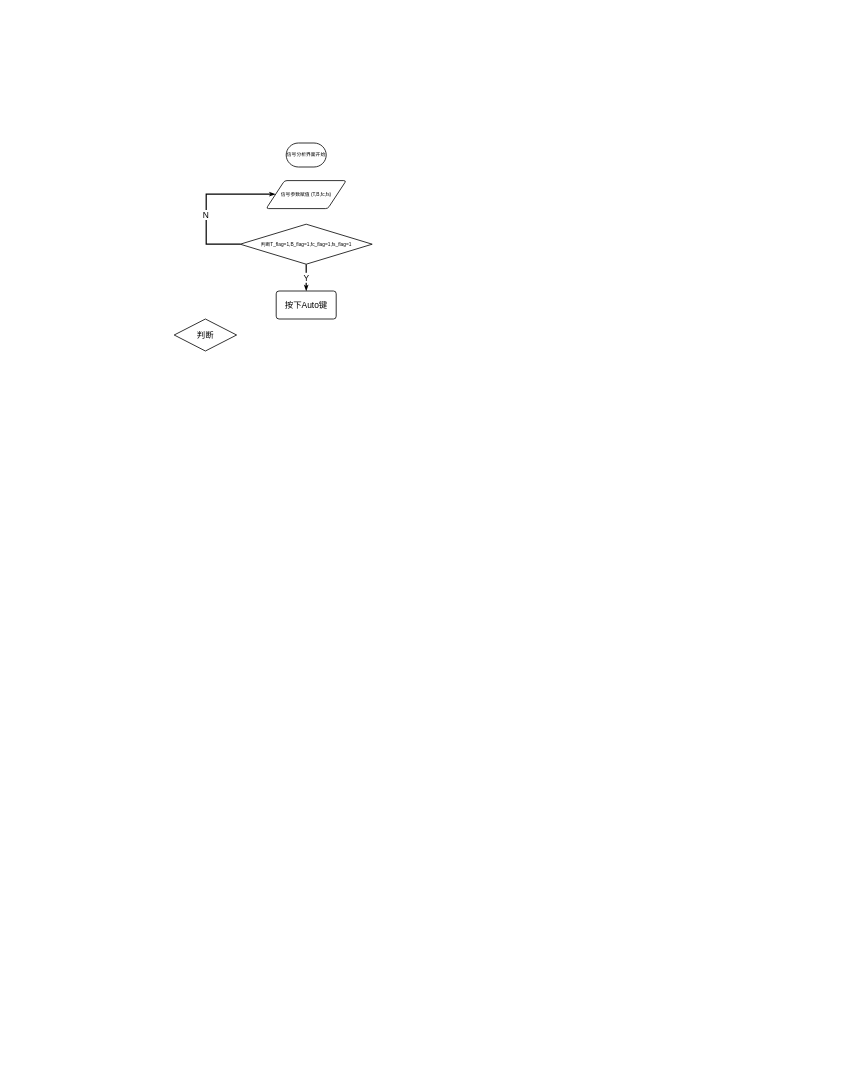
Before: TFA.drawio in Being-Chip/hello-world, a draw.io diagram. Source tidied: cells renumbered, new cells numbered last; positions are measured from the earlier drawing's top-left corner, leaving out a move shared by most shapes. Both pictures are drawn from the tidied source at 40%, with x=0, y=0 at pixel (174, 143).
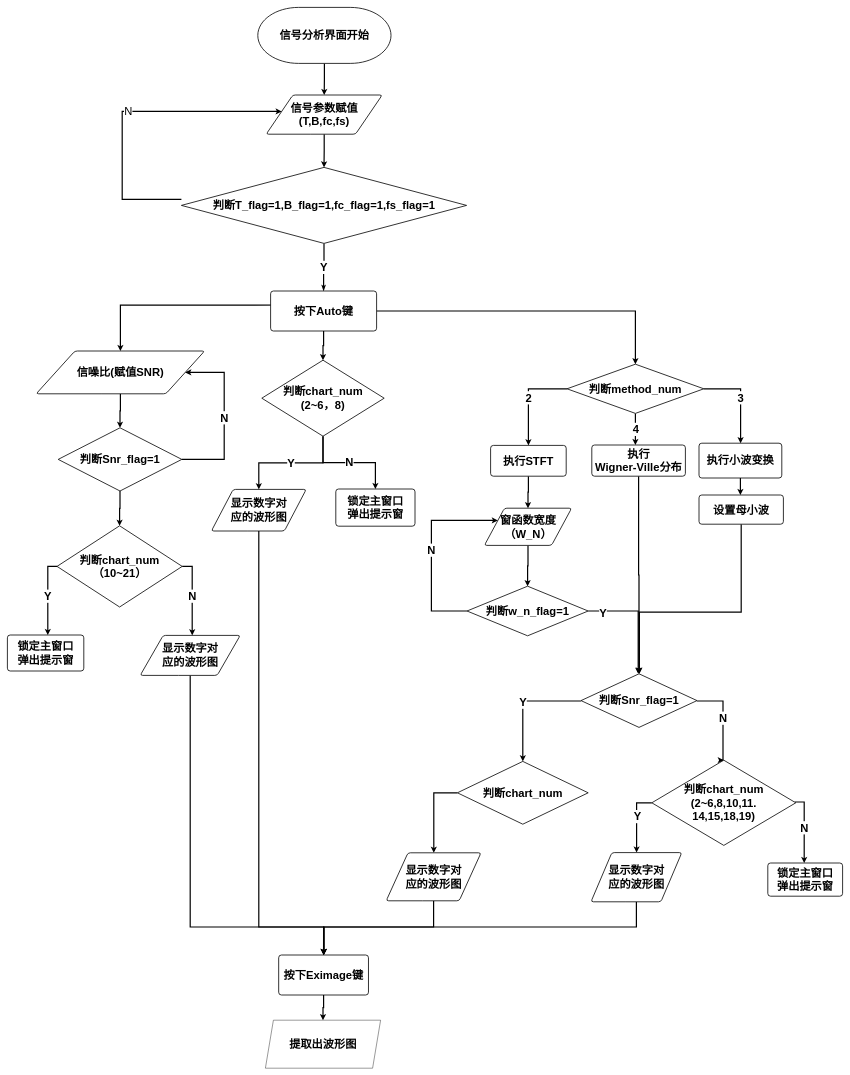
The same diagram, later.

The edit, as a diff of the source:
```diff
@@
+    <mxCell id="10" style="edgeStyle=orthogonalEdgeStyle;rounded=0;jettySize=auto;html=1;entryX=0.5;entryY=0;entryDx=0;entryDy=0;fontSize=28;strokeWidth=3;" parent="1" edge="1" source="2" target="3">
+      <mxGeometry relative="1" as="geometry" />
+    </mxCell>
-    <mxCell id="2" value="信号分析界面开始" style="strokeWidth=2;html=1;shape=mxgraph.flowchart.terminator;whiteSpace=wrap;" parent="1" vertex="1">
-      <mxGeometry x="280" width="100" height="60" as="geometry" />
+    <mxCell id="2" value="信号分析界面开始" style="strokeWidth=2;html=1;shape=mxgraph.flowchart.terminator;whiteSpace=wrap;fontSize=28;fontStyle=1;" parent="1" vertex="1">
+      <mxGeometry x="209" y="-339" width="333" height="140" as="geometry" />
     </mxCell>
+    <mxCell id="11" style="edgeStyle=orthogonalEdgeStyle;rounded=0;jettySize=auto;html=1;entryX=0.5;entryY=0;entryDx=0;entryDy=0;entryPerimeter=0;fontSize=28;strokeWidth=3;" parent="1" edge="1" source="3" target="5">
+      <mxGeometry relative="1" as="geometry" />
+    </mxCell>
-    <mxCell id="3" value="信号参数赋值 (T,B,fc,fs)" style="shape=parallelogram;html=1;strokeWidth=2;perimeter=parallelogramPerimeter;whiteSpace=wrap;rounded=1;arcSize=12;size=0.23;" parent="1" vertex="1">
-      <mxGeometry x="230" y="94" width="200" height="70" as="geometry" />
+    <mxCell id="3" value="信号参数赋值 (T,B,fc,fs)" style="shape=parallelogram;html=1;strokeWidth=2;perimeter=parallelogramPerimeter;whiteSpace=wrap;rounded=1;arcSize=12;size=0.23;fontSize=28;fontStyle=1;" parent="1" vertex="1">
+      <mxGeometry x="230" y="-120" width="290" height="98" as="geometry" />
     </mxCell>
-    <mxCell id="4" value="Y" style="edgeStyle=orthogonalEdgeStyle;rounded=0;jumpSize=6;jettySize=auto;html=1;labelBackgroundColor=default;fontSize=21;endArrow=classicThin;endFill=0;strokeColor=default;strokeWidth=3;" parent="1" edge="1" source="5" target="9">
+    <mxCell id="4" value="Y" style="edgeStyle=orthogonalEdgeStyle;rounded=0;jumpSize=6;jettySize=auto;html=1;labelBackgroundColor=default;fontSize=28;endArrow=classicThin;endFill=0;strokeColor=default;strokeWidth=3;fontStyle=1;" parent="1" edge="1" source="5" target="9">
       <mxGeometry relative="1" as="geometry" />
     </mxCell>
+    <mxCell id="12" value="N" style="edgeStyle=orthogonalEdgeStyle;rounded=0;jettySize=auto;html=1;fontSize=28;strokeWidth=3;" parent="1" edge="1" source="5" target="3">
+      <mxGeometry relative="1" as="geometry">
+        <Array as="points">
+          <mxPoint x="-130" y="141" />
+          <mxPoint x="-130" y="-79" />
+        </Array>
+      </mxGeometry>
+    </mxCell>
-    <mxCell id="5" value="判断T_flag=1,B_flag=1,fc_flag=1,fs_flag=1" style="strokeWidth=2;html=1;shape=mxgraph.flowchart.decision;whiteSpace=wrap;" parent="1" vertex="1">
-      <mxGeometry x="165" y="203" width="330" height="100" as="geometry" />
+    <mxCell id="5" value="判断T_flag=1,B_flag=1,fc_flag=1,fs_flag=1" style="strokeWidth=2;html=1;shape=mxgraph.flowchart.decision;whiteSpace=wrap;fontSize=28;fontStyle=1;" parent="1" vertex="1">
+      <mxGeometry x="18" y="61" width="713" height="190" as="geometry" />
     </mxCell>
-    <mxCell id="6" style="edgeStyle=orthogonalEdgeStyle;rounded=0;orthogonalLoop=1;jettySize=auto;html=1;entryX=0;entryY=0.5;entryDx=0;entryDy=0;strokeWidth=3;endArrow=classicThin;endFill=0;jumpSize=6;strokeColor=default;" parent="1" edge="1">
-      <mxGeometry relative="1" as="geometry">
-        <mxPoint x="165" y="253" as="sourcePoint" />
-        <mxPoint x="253" y="128" as="targetPoint" />
-        <Array as="points">
-          <mxPoint x="80" y="253" />
-          <mxPoint x="80" y="128" />
-        </Array>
-      </mxGeometry>
-    </mxCell>
-    <mxCell id="7" value="N" style="edgeLabel;html=1;align=center;verticalAlign=middle;fontSize=21;" parent="6" vertex="1">
-      <mxGeometry x="-0.17" y="2" relative="1" as="geometry" />
-    </mxCell>
+    <mxCell id="13" value="4" style="edgeStyle=orthogonalEdgeStyle;rounded=0;jettySize=auto;html=1;entryX=0.5;entryY=0;entryDx=0;entryDy=0;fontSize=28;strokeWidth=3;fontStyle=1;" parent="1" edge="1" source="8">
+      <mxGeometry relative="1" as="geometry">
+        <mxPoint x="1153" y="755" as="targetPoint" />
+      </mxGeometry>
+    </mxCell>
+    <mxCell id="14" value="2" style="edgeStyle=orthogonalEdgeStyle;rounded=0;jettySize=auto;html=1;entryX=0.5;entryY=0;entryDx=0;entryDy=0;fontSize=28;strokeWidth=3;fontStyle=1;" parent="1" edge="1" source="8" target="23">
+      <mxGeometry relative="1" as="geometry">
+        <Array as="points">
+          <mxPoint x="886" y="615" />
+        </Array>
+      </mxGeometry>
+    </mxCell>
+    <mxCell id="15" value="3" style="edgeStyle=orthogonalEdgeStyle;rounded=0;jettySize=auto;html=1;fontSize=28;strokeWidth=3;fontStyle=1;" parent="1" edge="1" source="8" target="27">
+      <mxGeometry relative="1" as="geometry">
+        <Array as="points">
+          <mxPoint x="1416" y="615" />
+        </Array>
+      </mxGeometry>
+    </mxCell>
-    <mxCell id="8" value="判断" style="strokeWidth=2;html=1;shape=mxgraph.flowchart.decision;whiteSpace=wrap;fontSize=21;" parent="1" vertex="1">
-      <mxGeometry y="440" width="156" height="80" as="geometry" />
+    <mxCell id="8" value="判断method_num" style="strokeWidth=2;html=1;shape=mxgraph.flowchart.decision;whiteSpace=wrap;fontSize=28;fontStyle=1;" parent="1" vertex="1">
+      <mxGeometry x="982" y="553" width="342" height="123" as="geometry" />
     </mxCell>
+    <mxCell id="16" style="edgeStyle=orthogonalEdgeStyle;rounded=0;jettySize=auto;html=1;entryX=0.5;entryY=0;entryDx=0;entryDy=0;entryPerimeter=0;fontSize=28;fontStyle=1;strokeWidth=3;" parent="1" edge="1" source="9" target="21">
+      <mxGeometry relative="1" as="geometry" />
+    </mxCell>
+    <mxCell id="17" style="edgeStyle=orthogonalEdgeStyle;rounded=0;jettySize=auto;html=1;fontSize=28;fontStyle=1;strokeWidth=3;" parent="1" edge="1" target="30">
+      <mxGeometry relative="1" as="geometry">
+        <mxPoint x="301" y="405" as="sourcePoint" />
+      </mxGeometry>
+    </mxCell>
+    <mxCell id="18" style="edgeStyle=orthogonalEdgeStyle;rounded=0;jettySize=auto;html=1;entryX=0.5;entryY=0;entryDx=0;entryDy=0;entryPerimeter=0;fontSize=28;strokeWidth=3;" parent="1" edge="1" source="9" target="8">
+      <mxGeometry relative="1" as="geometry" />
+    </mxCell>
-    <mxCell id="9" value="按下Auto键" style="rounded=1;whiteSpace=wrap;html=1;absoluteArcSize=1;arcSize=14;strokeWidth=2;fontSize=21;" parent="1" vertex="1">
-      <mxGeometry x="255" y="370" width="150" height="70" as="geometry" />
+    <mxCell id="9" value="按下Auto键" style="rounded=1;whiteSpace=wrap;html=1;absoluteArcSize=1;arcSize=14;strokeWidth=2;fontSize=28;fontStyle=1;" parent="1" vertex="1">
+      <mxGeometry x="241" y="370" width="265" height="100" as="geometry" />
     </mxCell>
+    <mxCell id="19" value="Y" style="edgeStyle=orthogonalEdgeStyle;rounded=0;jettySize=auto;html=1;entryX=0.5;entryY=0;entryDx=0;entryDy=0;fontSize=28;strokeWidth=3;fontStyle=1;" parent="1" edge="1" source="21" target="59">
+      <mxGeometry relative="1" as="geometry" />
+    </mxCell>
+    <mxCell id="20" value="N" style="edgeStyle=orthogonalEdgeStyle;rounded=0;jettySize=auto;html=1;entryX=0.5;entryY=0;entryDx=0;entryDy=0;fontSize=28;strokeWidth=3;fontStyle=1;" parent="1" edge="1" source="21" target="28">
+      <mxGeometry relative="1" as="geometry" />
+    </mxCell>
+    <mxCell id="21" value="判断chart_num&lt;br&gt;(2~6，8)" style="strokeWidth=2;html=1;shape=mxgraph.flowchart.decision;whiteSpace=wrap;fontSize=28;fontStyle=1;" parent="1" vertex="1">
+      <mxGeometry x="219" y="543" width="306" height="190" as="geometry" />
+    </mxCell>
+    <mxCell id="22" style="edgeStyle=orthogonalEdgeStyle;rounded=0;jettySize=auto;html=1;entryX=0.5;entryY=0;entryDx=0;entryDy=0;fontSize=28;fontStyle=1;strokeWidth=3;" parent="1" edge="1" source="23" target="41">
+      <mxGeometry relative="1" as="geometry" />
+    </mxCell>
+    <mxCell id="23" value="执行STFT" style="rounded=1;whiteSpace=wrap;html=1;absoluteArcSize=1;arcSize=14;strokeWidth=2;fontSize=28;fontStyle=1;" parent="1" vertex="1">
+      <mxGeometry x="791" y="756" width="189" height="77" as="geometry" />
+    </mxCell>
+    <mxCell id="24" style="edgeStyle=orthogonalEdgeStyle;rounded=0;jettySize=auto;html=1;fontSize=28;fontStyle=1;strokeWidth=3;" parent="1" edge="1" source="25" target="48">
+      <mxGeometry relative="1" as="geometry" />
+    </mxCell>
+    <mxCell id="25" value="执行&lt;br&gt;Wigner-Ville分布" style="rounded=1;whiteSpace=wrap;html=1;absoluteArcSize=1;arcSize=14;strokeWidth=2;fontSize=28;fontStyle=1;" parent="1" vertex="1">
+      <mxGeometry x="1044" y="755" width="234" height="78" as="geometry" />
+    </mxCell>
+    <mxCell id="26" style="edgeStyle=orthogonalEdgeStyle;rounded=0;jettySize=auto;html=1;fontSize=28;fontStyle=1;strokeWidth=3;" parent="1" edge="1" source="27" target="50">
+      <mxGeometry relative="1" as="geometry">
+        <Array as="points">
+          <mxPoint x="1402" y="820" />
+          <mxPoint x="1402" y="820" />
+        </Array>
+      </mxGeometry>
+    </mxCell>
+    <mxCell id="27" value="执行小波变换" style="rounded=1;whiteSpace=wrap;html=1;absoluteArcSize=1;arcSize=14;strokeWidth=2;fontSize=28;fontStyle=1;" parent="1" vertex="1">
+      <mxGeometry x="1312" y="750.5" width="207" height="87" as="geometry" />
+    </mxCell>
+    <mxCell id="28" value="锁定主窗口&lt;br&gt;弹出提示窗" style="rounded=1;whiteSpace=wrap;html=1;absoluteArcSize=1;arcSize=14;strokeWidth=2;fontSize=28;fontStyle=1;" parent="1" vertex="1">
+      <mxGeometry x="404" y="865" width="198" height="93" as="geometry" />
+    </mxCell>
+    <mxCell id="29" style="edgeStyle=orthogonalEdgeStyle;rounded=0;jettySize=auto;html=1;entryX=0.5;entryY=0;entryDx=0;entryDy=0;entryPerimeter=0;fontSize=28;strokeWidth=3;" parent="1" edge="1" source="30" target="33">
+      <mxGeometry relative="1" as="geometry" />
+    </mxCell>
+    <mxCell id="30" value="信噪比(赋值SNR)" style="shape=parallelogram;html=1;strokeWidth=2;perimeter=parallelogramPerimeter;whiteSpace=wrap;rounded=1;arcSize=12;size=0.23;fontSize=28;fontStyle=1;" parent="1" vertex="1">
+      <mxGeometry x="-345" y="520" width="421" height="107" as="geometry" />
+    </mxCell>
+    <mxCell id="31" value="N" style="edgeStyle=orthogonalEdgeStyle;rounded=0;jettySize=auto;html=1;entryX=1;entryY=0.5;entryDx=0;entryDy=0;fontSize=28;fontStyle=1;strokeWidth=3;" parent="1" edge="1" source="33" target="30">
+      <mxGeometry relative="1" as="geometry">
+        <Array as="points">
+          <mxPoint x="125" y="791" />
+          <mxPoint x="125" y="574" />
+        </Array>
+      </mxGeometry>
+    </mxCell>
+    <mxCell id="32" style="edgeStyle=orthogonalEdgeStyle;rounded=0;jettySize=auto;html=1;fontSize=28;strokeWidth=3;" parent="1" edge="1" source="33" target="36">
+      <mxGeometry relative="1" as="geometry" />
+    </mxCell>
+    <mxCell id="33" value="判断Snr_flag=1" style="strokeWidth=2;html=1;shape=mxgraph.flowchart.decision;whiteSpace=wrap;fontSize=28;fontStyle=1;" parent="1" vertex="1">
+      <mxGeometry x="-290" y="712" width="309" height="158" as="geometry" />
+    </mxCell>
+    <mxCell id="34" value="Y" style="edgeStyle=orthogonalEdgeStyle;rounded=0;jettySize=auto;html=1;fontSize=28;fontStyle=1;strokeWidth=3;" parent="1" edge="1" source="36" target="37">
+      <mxGeometry relative="1" as="geometry">
+        <Array as="points">
+          <mxPoint x="-316" y="1059" />
+        </Array>
+      </mxGeometry>
+    </mxCell>
+    <mxCell id="35" value="N" style="edgeStyle=orthogonalEdgeStyle;rounded=0;jettySize=auto;html=1;fontSize=28;strokeWidth=3;fontStyle=1;" parent="1" edge="1" source="36" target="65">
+      <mxGeometry relative="1" as="geometry">
+        <Array as="points">
+          <mxPoint x="45" y="1058" />
+        </Array>
+      </mxGeometry>
+    </mxCell>
+    <mxCell id="36" value="判断chart_num（10~21）" style="strokeWidth=2;html=1;shape=mxgraph.flowchart.decision;whiteSpace=wrap;fontSize=28;fontStyle=1;" parent="1" vertex="1">
+      <mxGeometry x="-293" y="957" width="313" height="203" as="geometry" />
+    </mxCell>
+    <mxCell id="37" value="锁定主窗口&lt;br&gt;弹出提示窗" style="rounded=1;whiteSpace=wrap;html=1;absoluteArcSize=1;arcSize=14;strokeWidth=2;fontSize=28;fontStyle=1;" parent="1" vertex="1">
+      <mxGeometry x="-417" y="1230" width="191" height="90" as="geometry" />
+    </mxCell>
+    <mxCell id="38" style="edgeStyle=orthogonalEdgeStyle;rounded=0;jettySize=auto;html=1;fontSize=28;strokeWidth=3;" parent="1" edge="1" source="39" target="61">
+      <mxGeometry relative="1" as="geometry">
+        <Array as="points">
+          <mxPoint x="649" y="1625" />
+        </Array>
+      </mxGeometry>
+    </mxCell>
+    <mxCell id="39" value="判断chart_num" style="strokeWidth=2;html=1;shape=mxgraph.flowchart.decision;whiteSpace=wrap;fontSize=28;fontStyle=1;" parent="1" vertex="1">
+      <mxGeometry x="708" y="1546" width="327" height="157" as="geometry" />
+    </mxCell>
+    <mxCell id="40" style="edgeStyle=orthogonalEdgeStyle;rounded=0;jettySize=auto;html=1;entryX=0.5;entryY=0;entryDx=0;entryDy=0;entryPerimeter=0;fontSize=28;strokeWidth=3;" parent="1" edge="1" source="41" target="45">
+      <mxGeometry relative="1" as="geometry" />
+    </mxCell>
+    <mxCell id="41" value="窗函数宽度（W_N）" style="shape=parallelogram;html=1;strokeWidth=2;perimeter=parallelogramPerimeter;whiteSpace=wrap;rounded=1;arcSize=12;size=0.23;fontSize=28;fontStyle=1;" parent="1" vertex="1">
+      <mxGeometry x="775.5" y="913" width="218" height="93" as="geometry" />
+    </mxCell>
+    <mxCell id="42" value="N" style="edgeStyle=orthogonalEdgeStyle;rounded=0;jettySize=auto;html=1;entryX=0;entryY=0.25;entryDx=0;entryDy=0;exitX=0;exitY=0.5;exitDx=0;exitDy=0;exitPerimeter=0;fontSize=28;fontStyle=1;strokeWidth=3;" parent="1" edge="1" source="45" target="41">
+      <mxGeometry relative="1" as="geometry">
+        <Array as="points">
+          <mxPoint x="643" y="943" />
+        </Array>
+      </mxGeometry>
+    </mxCell>
+    <mxCell id="43" style="edgeStyle=orthogonalEdgeStyle;rounded=0;jettySize=auto;html=1;strokeWidth=3;" parent="1" edge="1" source="45" target="48">
+      <mxGeometry relative="1" as="geometry">
+        <Array as="points">
+          <mxPoint x="1160" y="1170" />
+        </Array>
+      </mxGeometry>
+    </mxCell>
+    <mxCell id="44" value="Y" style="edgeLabel;html=1;align=center;verticalAlign=middle;fontSize=28;fontStyle=1;" parent="43" vertex="1">
+      <mxGeometry x="-0.75" y="-5" relative="1" as="geometry">
+        <mxPoint x="1" as="offset" />
+      </mxGeometry>
+    </mxCell>
+    <mxCell id="45" value="判断w_n_flag=1" style="strokeWidth=2;html=1;shape=mxgraph.flowchart.decision;whiteSpace=wrap;fontSize=28;fontStyle=1;" parent="1" vertex="1">
+      <mxGeometry x="732" y="1108" width="303" height="124" as="geometry" />
+    </mxCell>
+    <mxCell id="46" value="N" style="edgeStyle=orthogonalEdgeStyle;rounded=0;jettySize=auto;html=1;entryX=0.5;entryY=0;entryDx=0;entryDy=0;entryPerimeter=0;fontSize=28;fontStyle=1;strokeWidth=3;" parent="1" edge="1" source="48" target="54">
+      <mxGeometry relative="1" as="geometry">
+        <Array as="points">
+          <mxPoint x="1372" y="1395" />
+          <mxPoint x="1372" y="1543" />
+        </Array>
+      </mxGeometry>
+    </mxCell>
+    <mxCell id="47" value="Y" style="edgeStyle=orthogonalEdgeStyle;rounded=0;jettySize=auto;html=1;entryX=0.5;entryY=0;entryDx=0;entryDy=0;entryPerimeter=0;fontSize=28;strokeWidth=3;fontStyle=1;" parent="1" edge="1" source="48" target="39">
+      <mxGeometry relative="1" as="geometry">
+        <Array as="points">
+          <mxPoint x="872" y="1395" />
+        </Array>
+      </mxGeometry>
+    </mxCell>
+    <mxCell id="48" value="判断Snr_flag=1" style="strokeWidth=2;html=1;shape=mxgraph.flowchart.decision;whiteSpace=wrap;fontSize=28;fontStyle=1;" parent="1" vertex="1">
+      <mxGeometry x="1017" y="1327" width="290" height="134" as="geometry" />
+    </mxCell>
+    <mxCell id="49" style="edgeStyle=orthogonalEdgeStyle;rounded=0;jettySize=auto;html=1;fontSize=28;strokeWidth=3;" parent="1" edge="1" source="50" target="48">
+      <mxGeometry relative="1" as="geometry">
+        <Array as="points">
+          <mxPoint x="1417" y="1173" />
+          <mxPoint x="1163" y="1173" />
+        </Array>
+      </mxGeometry>
+    </mxCell>
+    <mxCell id="50" value="设置母小波" style="rounded=1;whiteSpace=wrap;html=1;absoluteArcSize=1;arcSize=14;strokeWidth=2;fontSize=28;fontStyle=1;" parent="1" vertex="1">
+      <mxGeometry x="1312" y="880" width="211" height="73" as="geometry" />
+    </mxCell>
+    <mxCell id="51" value="N" style="edgeStyle=orthogonalEdgeStyle;rounded=0;jettySize=auto;html=1;fontSize=28;strokeWidth=3;fontStyle=1;" parent="1" edge="1" target="55">
+      <mxGeometry relative="1" as="geometry">
+        <mxPoint x="1551" y="1647.5" as="sourcePoint" />
+        <Array as="points">
+          <mxPoint x="1575" y="1647" />
+        </Array>
+      </mxGeometry>
+    </mxCell>
+    <mxCell id="52" style="edgeStyle=orthogonalEdgeStyle;rounded=0;jettySize=auto;html=1;fontSize=28;strokeWidth=3;" parent="1" edge="1" source="54" target="63">
+      <mxGeometry relative="1" as="geometry">
+        <Array as="points">
+          <mxPoint x="1156" y="1650" />
+        </Array>
+      </mxGeometry>
+    </mxCell>
+    <mxCell id="53" value="Y" style="edgeLabel;html=1;align=center;verticalAlign=middle;fontSize=28;fontStyle=1;" parent="52" vertex="1">
+      <mxGeometry x="-0.13" y="2" relative="1" as="geometry">
+        <mxPoint x="-1" y="1" as="offset" />
+      </mxGeometry>
+    </mxCell>
+    <mxCell id="54" value="判断chart_num&lt;br style=&quot;font-size: 28px;&quot;&gt;(2~6,8,10,11.&lt;br style=&quot;font-size: 28px;&quot;&gt;14,15,18,19)" style="strokeWidth=2;html=1;shape=mxgraph.flowchart.decision;whiteSpace=wrap;fontSize=28;fontStyle=1;" parent="1" vertex="1">
+      <mxGeometry x="1194" y="1543" width="360" height="213" as="geometry" />
+    </mxCell>
+    <mxCell id="55" value="锁定主窗口&lt;br&gt;弹出提示窗" style="rounded=1;whiteSpace=wrap;html=1;absoluteArcSize=1;arcSize=14;strokeWidth=2;fontSize=28;fontStyle=1;" parent="1" vertex="1">
+      <mxGeometry x="1484" y="1800" width="187" height="83" as="geometry" />
+    </mxCell>
+    <mxCell id="56" style="edgeStyle=orthogonalEdgeStyle;rounded=0;jettySize=auto;html=1;entryX=0.5;entryY=0;entryDx=0;entryDy=0;fontSize=28;strokeWidth=3;" parent="1" edge="1" source="57" target="66">
+      <mxGeometry relative="1" as="geometry" />
+    </mxCell>
+    <mxCell id="57" value="按下Eximage键" style="rounded=1;whiteSpace=wrap;html=1;absoluteArcSize=1;arcSize=14;strokeWidth=2;fontSize=28;fontStyle=1;" parent="1" vertex="1">
+      <mxGeometry x="261.2" y="2030" width="224.5" height="100" as="geometry" />
+    </mxCell>
+    <mxCell id="58" style="edgeStyle=orthogonalEdgeStyle;rounded=0;jettySize=auto;html=1;fontSize=28;strokeWidth=3;" parent="1" edge="1" source="59" target="57">
+      <mxGeometry relative="1" as="geometry">
+        <Array as="points">
+          <mxPoint x="212" y="1960" />
+          <mxPoint x="374" y="1960" />
+        </Array>
+      </mxGeometry>
+    </mxCell>
+    <mxCell id="59" value="显示数字对&lt;br&gt;应的波形图" style="shape=parallelogram;html=1;strokeWidth=2;perimeter=parallelogramPerimeter;whiteSpace=wrap;rounded=1;arcSize=12;size=0.23;fontSize=28;fontStyle=1;" parent="1" vertex="1">
+      <mxGeometry x="93" y="866" width="237" height="104" as="geometry" />
+    </mxCell>
+    <mxCell id="60" style="edgeStyle=orthogonalEdgeStyle;rounded=0;jettySize=auto;html=1;fontSize=28;strokeWidth=3;" parent="1" edge="1" source="61" target="57">
+      <mxGeometry relative="1" as="geometry">
+        <Array as="points">
+          <mxPoint x="649" y="1960" />
+          <mxPoint x="374" y="1960" />
+        </Array>
+      </mxGeometry>
+    </mxCell>
+    <mxCell id="61" value="显示数字对&lt;br&gt;应的波形图" style="shape=parallelogram;html=1;strokeWidth=2;perimeter=parallelogramPerimeter;whiteSpace=wrap;rounded=1;arcSize=12;size=0.23;fontSize=28;fontStyle=1;" parent="1" vertex="1">
+      <mxGeometry x="530" y="1774.5" width="237" height="120" as="geometry" />
+    </mxCell>
+    <mxCell id="62" style="edgeStyle=orthogonalEdgeStyle;rounded=0;jettySize=auto;html=1;fontSize=28;strokeWidth=3;" parent="1" edge="1" source="63" target="57">
+      <mxGeometry relative="1" as="geometry">
+        <Array as="points">
+          <mxPoint x="1156" y="1960" />
+          <mxPoint x="374" y="1960" />
+        </Array>
+      </mxGeometry>
+    </mxCell>
+    <mxCell id="63" value="显示数字对&lt;br&gt;应的波形图" style="shape=parallelogram;html=1;strokeWidth=2;perimeter=parallelogramPerimeter;whiteSpace=wrap;rounded=1;arcSize=12;size=0.23;fontSize=28;fontStyle=1;" parent="1" vertex="1">
+      <mxGeometry x="1042" y="1774" width="227" height="123" as="geometry" />
+    </mxCell>
+    <mxCell id="64" style="edgeStyle=orthogonalEdgeStyle;rounded=0;jettySize=auto;html=1;entryX=0.5;entryY=0;entryDx=0;entryDy=0;fontSize=28;strokeWidth=3;" parent="1" edge="1" source="65" target="57">
+      <mxGeometry relative="1" as="geometry">
+        <Array as="points">
+          <mxPoint x="40" y="1960" />
+          <mxPoint x="374" y="1960" />
+        </Array>
+      </mxGeometry>
+    </mxCell>
+    <mxCell id="65" value="显示数字对&lt;br&gt;应的波形图" style="shape=parallelogram;html=1;strokeWidth=2;perimeter=parallelogramPerimeter;whiteSpace=wrap;rounded=1;arcSize=12;size=0.23;fontSize=28;fontStyle=1;" parent="1" vertex="1">
+      <mxGeometry x="-85" y="1231" width="250" height="100" as="geometry" />
+    </mxCell>
+    <mxCell id="66" value="提取出波形图" style="shape=parallelogram;perimeter=parallelogramPerimeter;whiteSpace=wrap;html=1;fixedSize=1;fontSize=28;fontStyle=1;" parent="1" vertex="1">
+      <mxGeometry x="228" y="2193" width="288" height="120" as="geometry" />
+    </mxCell>
```
